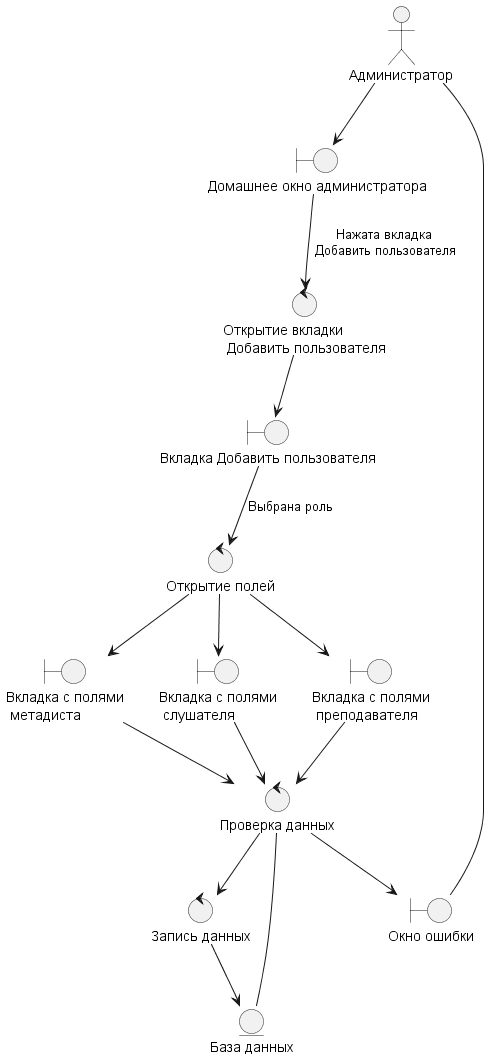
Before: UML/out/Prigodnosty/PrDobavleniePolzovatelya/PrDobavleniePolzovatelya.wsd.png, a diagram exported from PlantUML (Undetaker45/MDKP). Its diagram source:
```plantuml
@startuml PrDobavleniePolzovatelya.wsd

actor "Администратор" as pl

control "Открытие вкладки\n Добавить пользователя" as co

control "Открытие полей" as co1

control "Проверка данных" as co2

control "Запись данных" as co3

boundary "Домашнее окно администратора" as bo

boundary "Вкладка Добавить пользователя" as bo1

entity "База данных" as en

boundary "Вкладка с полями\n метадиста" as bom
boundary "Вкладка с полями\n слушателя" as bos
boundary "Вкладка с полями\n преподавателя" as bop
boundary "Окно ошибки" as err

pl --> bo
bo --> co : Нажата вкладка\n Добавить пользователя
co --> bo1
bo1 --> co1 : Выбрана роль
co1 --> bom
co1 --> bos
co1 --> bop
bom --> co2
bos --> co2
bop --> co2
co2 -- en
co2 --> err
co2 --> co3
co3 --> en
err -- pl

@enduml
```
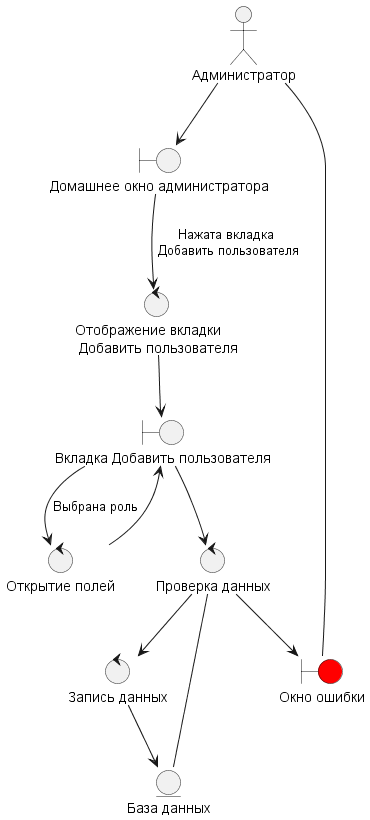
Later version of the same file.

Change to the diagram source:
```diff
@@ -2,7 +2,7 @@
 
 actor "Администратор" as pl
 
-control "Открытие вкладки\n Добавить пользователя" as co
+control "Отображение вкладки\n Добавить пользователя" as co
 
 control "Открытие полей" as co1
 
@@ -16,21 +16,15 @@
 
 entity "База данных" as en
 
-boundary "Вкладка с полями\n метадиста" as bom
-boundary "Вкладка с полями\n слушателя" as bos
-boundary "Вкладка с полями\n преподавателя" as bop
-boundary "Окно ошибки" as err
+
+boundary "Окно ошибки" as err #Red
 
 pl --> bo
 bo --> co : Нажата вкладка\n Добавить пользователя
 co --> bo1
 bo1 --> co1 : Выбрана роль
-co1 --> bom
-co1 --> bos
-co1 --> bop
-bom --> co2
-bos --> co2
-bop --> co2
+co1 --> bo1
+bo1 --> co2
 co2 -- en
 co2 --> err
 co2 --> co3
```
